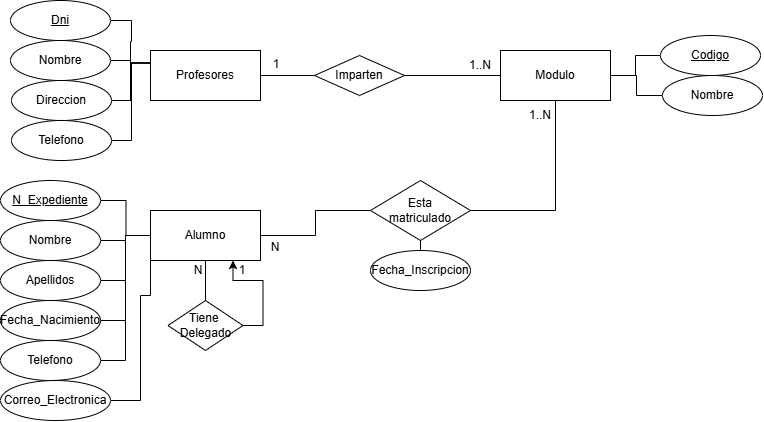
The draw.io diagram Tp1/Ejercicio8(b) BD.drawio.png in josenatteschoque/Base-de-Datos-1, before a commit. Source tidied: cells renumbered, new cells last; positions are measured from the earlier drawing's top-left corner, leaving out a move shared by most shapes.
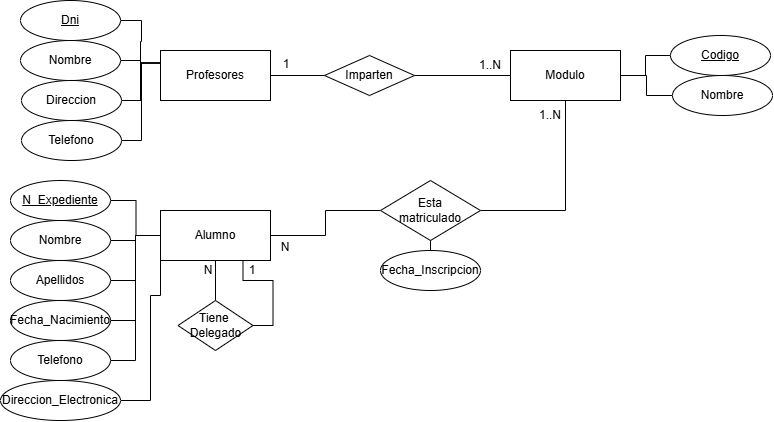
Above is the later version.

Commit message:
Ejercicio Finalizado!

What changed in the source:
```diff
@@ -88,8 +88,8 @@
         </Array>
       </mxGeometry>
     </mxCell>
-    <mxCell id="27" value="Correo_Electronica" style="ellipse;whiteSpace=wrap;html=1;align=center;" parent="1" vertex="1">
-      <mxGeometry y="380" width="110" height="40" as="geometry" />
+    <mxCell id="27" value="Direccion_Electronica" style="ellipse;whiteSpace=wrap;html=1;align=center;" parent="1" vertex="1">
+      <mxGeometry x="-10" y="380" width="120" height="40" as="geometry" />
     </mxCell>
     <mxCell id="28" value="Dni" style="ellipse;whiteSpace=wrap;html=1;align=center;fontStyle=4;" parent="1" vertex="1">
       <mxGeometry x="10" width="100" height="40" as="geometry" />
@@ -133,7 +133,7 @@
     <mxCell id="41" value="Fecha_Inscripcion" style="ellipse;whiteSpace=wrap;html=1;align=center;" parent="1" vertex="1">
       <mxGeometry x="370" y="250" width="100" height="40" as="geometry" />
     </mxCell>
-    <mxCell id="42" style="edgeStyle=orthogonalEdgeStyle;rounded=0;jettySize=auto;html=1;exitX=1;exitY=0.5;exitDx=0;exitDy=0;entryX=0.75;entryY=1;entryDx=0;entryDy=0;" parent="1" edge="1" source="43" target="12">
+    <mxCell id="42" style="edgeStyle=orthogonalEdgeStyle;rounded=0;jettySize=auto;html=1;exitX=1;exitY=0.5;exitDx=0;exitDy=0;entryX=0.75;entryY=1;entryDx=0;entryDy=0;endArrow=none;endFill=0;" parent="1" edge="1" source="43" target="12">
       <mxGeometry relative="1" as="geometry" />
     </mxCell>
     <mxCell id="43" value="Tiene&amp;nbsp;&lt;div&gt;Delegado&lt;/div&gt;" style="shape=rhombus;perimeter=rhombusPerimeter;whiteSpace=wrap;html=1;align=center;" parent="1" vertex="1">
```
